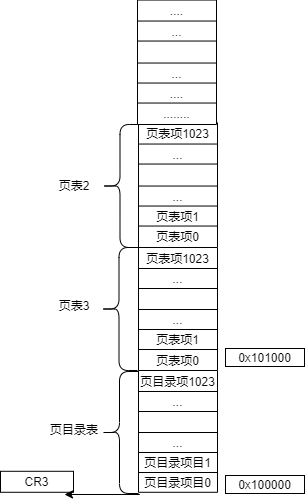
Earlier version of the draw.io export OS/OS分页机制.drawio.png (SixPlusAndTimes/drawio). Source tidied: cells renumbered, new cells last; positions are measured from the earlier drawing's top-left corner, leaving out a move shared by most shapes.
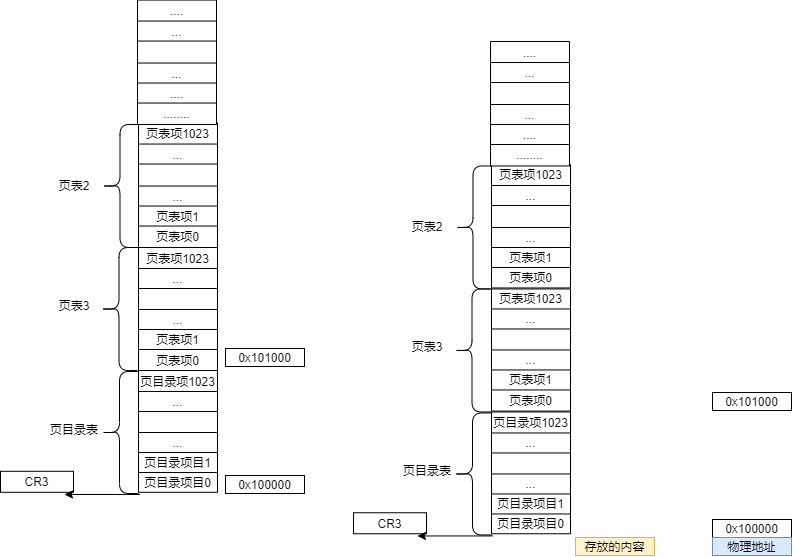
The same file after the commit.

Change to the diagram source:
```diff
@@ -190,5 +190,199 @@
     <mxCell id="63" value="0x101000" style="rounded=0;whiteSpace=wrap;html=1;" parent="1" vertex="1">
       <mxGeometry x="225" y="348" width="79" height="18" as="geometry" />
     </mxCell>
+    <mxCell id="64" style="shape=table;startSize=0;" parent="1" vertex="1">
+      <mxGeometry x="491" y="411.5" width="79" height="121.8" as="geometry" />
+    </mxCell>
+    <mxCell id="65" style="shape=tableRow;horizontal=0;startSize=0;swimlaneHead=0;swimlaneBody=0;top=0;left=0;bottom=0;right=0;fillColor=none;" parent="64" vertex="1">
+      <mxGeometry width="79" height="21" as="geometry" />
+    </mxCell>
+    <mxCell id="66" value="页目录项1023" style="shape=partialRectangle;html=1;whiteSpace=wrap;overflow=hidden;fillColor=none;top=0;left=0;bottom=0;right=0;" parent="65" vertex="1">
+      <mxGeometry width="79" height="21" as="geometry" />
+    </mxCell>
+    <mxCell id="67" style="shape=tableRow;horizontal=0;startSize=0;swimlaneHead=0;swimlaneBody=0;top=0;left=0;bottom=0;right=0;fillColor=none;" parent="64" vertex="1">
+      <mxGeometry y="21" width="79" height="20" as="geometry" />
+    </mxCell>
+    <mxCell id="68" value="..." style="shape=partialRectangle;html=1;whiteSpace=wrap;overflow=hidden;fillColor=none;top=0;left=0;bottom=0;right=0;" parent="67" vertex="1">
+      <mxGeometry width="79" height="20" as="geometry" />
+    </mxCell>
+    <mxCell id="69" style="shape=tableRow;horizontal=0;startSize=0;swimlaneHead=0;swimlaneBody=0;top=0;left=0;bottom=0;right=0;fillColor=none;" parent="64" vertex="1">
+      <mxGeometry y="41" width="79" height="21" as="geometry" />
+    </mxCell>
+    <mxCell id="70" style="shape=partialRectangle;html=1;whiteSpace=wrap;overflow=hidden;fillColor=none;top=0;left=0;bottom=0;right=0;" parent="69" vertex="1">
+      <mxGeometry width="79" height="21" as="geometry" />
+    </mxCell>
+    <mxCell id="71" style="shape=tableRow;horizontal=0;startSize=0;swimlaneHead=0;swimlaneBody=0;top=0;left=0;bottom=0;right=0;fillColor=none;" parent="64" vertex="1">
+      <mxGeometry y="62" width="79" height="20" as="geometry" />
+    </mxCell>
+    <mxCell id="72" value="..." style="shape=partialRectangle;html=1;whiteSpace=wrap;overflow=hidden;fillColor=none;top=0;left=0;bottom=0;right=0;" parent="71" vertex="1">
+      <mxGeometry width="79" height="20" as="geometry" />
+    </mxCell>
+    <mxCell id="73" style="shape=tableRow;horizontal=0;startSize=0;swimlaneHead=0;swimlaneBody=0;top=0;left=0;bottom=0;right=0;fillColor=none;" parent="64" vertex="1">
+      <mxGeometry y="82" width="79" height="20" as="geometry" />
+    </mxCell>
+    <mxCell id="74" value="&lt;span&gt;页目录项目1&lt;/span&gt;" style="shape=partialRectangle;html=1;whiteSpace=wrap;overflow=hidden;fillColor=none;top=0;left=0;bottom=0;right=0;" parent="73" vertex="1">
+      <mxGeometry width="79" height="20" as="geometry" />
+    </mxCell>
+    <mxCell id="75" style="shape=tableRow;horizontal=0;startSize=0;swimlaneHead=0;swimlaneBody=0;top=0;left=0;bottom=0;right=0;fillColor=none;" parent="64" vertex="1">
+      <mxGeometry y="102" width="79" height="20" as="geometry" />
+    </mxCell>
+    <mxCell id="76" value="页目录项目0" style="shape=partialRectangle;html=1;whiteSpace=wrap;overflow=hidden;fillColor=none;top=0;left=0;bottom=0;right=0;" parent="75" vertex="1">
+      <mxGeometry width="79" height="20" as="geometry" />
+    </mxCell>
+    <mxCell id="77" style="shape=table;startSize=0;" parent="1" vertex="1">
+      <mxGeometry x="491" y="288.5" width="79" height="122.1" as="geometry" />
+    </mxCell>
+    <mxCell id="78" style="shape=tableRow;horizontal=0;startSize=0;swimlaneHead=0;swimlaneBody=0;top=0;left=0;bottom=0;right=0;fillColor=none;" parent="77" vertex="1">
+      <mxGeometry width="79" height="20" as="geometry" />
+    </mxCell>
+    <mxCell id="79" value="页表项1023" style="shape=partialRectangle;html=1;whiteSpace=wrap;overflow=hidden;fillColor=none;top=0;left=0;bottom=0;right=0;" parent="78" vertex="1">
+      <mxGeometry width="79" height="20" as="geometry" />
+    </mxCell>
+    <mxCell id="80" style="shape=tableRow;horizontal=0;startSize=0;swimlaneHead=0;swimlaneBody=0;top=0;left=0;bottom=0;right=0;fillColor=none;" parent="77" vertex="1">
+      <mxGeometry y="20" width="79" height="20" as="geometry" />
+    </mxCell>
+    <mxCell id="81" value="..." style="shape=partialRectangle;html=1;whiteSpace=wrap;overflow=hidden;fillColor=none;top=0;left=0;bottom=0;right=0;" parent="80" vertex="1">
+      <mxGeometry width="79" height="20" as="geometry" />
+    </mxCell>
+    <mxCell id="82" style="shape=tableRow;horizontal=0;startSize=0;swimlaneHead=0;swimlaneBody=0;top=0;left=0;bottom=0;right=0;fillColor=none;" parent="77" vertex="1">
+      <mxGeometry y="40" width="79" height="21" as="geometry" />
+    </mxCell>
+    <mxCell id="83" style="shape=partialRectangle;html=1;whiteSpace=wrap;overflow=hidden;fillColor=none;top=0;left=0;bottom=0;right=0;" parent="82" vertex="1">
+      <mxGeometry width="79" height="21" as="geometry" />
+    </mxCell>
+    <mxCell id="84" style="shape=tableRow;horizontal=0;startSize=0;swimlaneHead=0;swimlaneBody=0;top=0;left=0;bottom=0;right=0;fillColor=none;" parent="77" vertex="1">
+      <mxGeometry y="61" width="79" height="20" as="geometry" />
+    </mxCell>
+    <mxCell id="85" value="..." style="shape=partialRectangle;html=1;whiteSpace=wrap;overflow=hidden;fillColor=none;top=0;left=0;bottom=0;right=0;" parent="84" vertex="1">
+      <mxGeometry width="79" height="20" as="geometry" />
+    </mxCell>
+    <mxCell id="86" style="shape=tableRow;horizontal=0;startSize=0;swimlaneHead=0;swimlaneBody=0;top=0;left=0;bottom=0;right=0;fillColor=none;" parent="77" vertex="1">
+      <mxGeometry y="81" width="79" height="20" as="geometry" />
+    </mxCell>
+    <mxCell id="87" value="页表项1" style="shape=partialRectangle;html=1;whiteSpace=wrap;overflow=hidden;fillColor=none;top=0;left=0;bottom=0;right=0;" parent="86" vertex="1">
+      <mxGeometry width="79" height="20" as="geometry" />
+    </mxCell>
+    <mxCell id="88" style="shape=tableRow;horizontal=0;startSize=0;swimlaneHead=0;swimlaneBody=0;top=0;left=0;bottom=0;right=0;fillColor=none;" parent="77" vertex="1">
+      <mxGeometry y="101" width="79" height="21" as="geometry" />
+    </mxCell>
+    <mxCell id="89" value="页表项0" style="shape=partialRectangle;html=1;whiteSpace=wrap;overflow=hidden;fillColor=none;top=0;left=0;bottom=0;right=0;" parent="88" vertex="1">
+      <mxGeometry width="79" height="21" as="geometry" />
+    </mxCell>
+    <mxCell id="90" style="shape=curlyBracket;whiteSpace=wrap;html=1;rounded=1;" parent="1" vertex="1">
+      <mxGeometry x="453" y="412.5" width="38" height="122" as="geometry" />
+    </mxCell>
+    <mxCell id="91" value="页表3" style="text;html=1;strokeColor=none;fillColor=none;align=center;verticalAlign=middle;whiteSpace=wrap;rounded=0;" parent="1" vertex="1">
+      <mxGeometry x="397" y="331.5" width="60" height="30" as="geometry" />
+    </mxCell>
+    <mxCell id="92" value="页目录表" style="text;html=1;strokeColor=none;fillColor=none;align=center;verticalAlign=middle;whiteSpace=wrap;rounded=0;" parent="1" vertex="1">
+      <mxGeometry x="397" y="455.5" width="60" height="30" as="geometry" />
+    </mxCell>
+    <mxCell id="93" style="shape=curlyBracket;whiteSpace=wrap;html=1;rounded=1;" parent="1" vertex="1">
+      <mxGeometry x="453" y="288.5" width="37" height="123" as="geometry" />
+    </mxCell>
+    <mxCell id="94" style="shape=table;startSize=0;" parent="1" vertex="1">
+      <mxGeometry x="491" y="164" width="79" height="123.5" as="geometry" />
+    </mxCell>
+    <mxCell id="95" style="shape=tableRow;horizontal=0;startSize=0;swimlaneHead=0;swimlaneBody=0;top=0;left=0;bottom=0;right=0;fillColor=none;" parent="94" vertex="1">
+      <mxGeometry width="79" height="21" as="geometry" />
+    </mxCell>
+    <mxCell id="96" value="页表项1023" style="shape=partialRectangle;html=1;whiteSpace=wrap;overflow=hidden;fillColor=none;top=0;left=0;bottom=0;right=0;" parent="95" vertex="1">
+      <mxGeometry width="79" height="21" as="geometry" />
+    </mxCell>
+    <mxCell id="97" style="shape=tableRow;horizontal=0;startSize=0;swimlaneHead=0;swimlaneBody=0;top=0;left=0;bottom=0;right=0;fillColor=none;" parent="94" vertex="1">
+      <mxGeometry y="21" width="79" height="20" as="geometry" />
+    </mxCell>
+    <mxCell id="98" value="..." style="shape=partialRectangle;html=1;whiteSpace=wrap;overflow=hidden;fillColor=none;top=0;left=0;bottom=0;right=0;" parent="97" vertex="1">
+      <mxGeometry width="79" height="20" as="geometry" />
+    </mxCell>
+    <mxCell id="99" style="shape=tableRow;horizontal=0;startSize=0;swimlaneHead=0;swimlaneBody=0;top=0;left=0;bottom=0;right=0;fillColor=none;" parent="94" vertex="1">
+      <mxGeometry y="41" width="79" height="22" as="geometry" />
+    </mxCell>
+    <mxCell id="100" style="shape=partialRectangle;html=1;whiteSpace=wrap;overflow=hidden;fillColor=none;top=0;left=0;bottom=0;right=0;" parent="99" vertex="1">
+      <mxGeometry width="79" height="22" as="geometry" />
+    </mxCell>
+    <mxCell id="101" style="shape=tableRow;horizontal=0;startSize=0;swimlaneHead=0;swimlaneBody=0;top=0;left=0;bottom=0;right=0;fillColor=none;" parent="94" vertex="1">
+      <mxGeometry y="63" width="79" height="20" as="geometry" />
+    </mxCell>
+    <mxCell id="102" value="..." style="shape=partialRectangle;html=1;whiteSpace=wrap;overflow=hidden;fillColor=none;top=0;left=0;bottom=0;right=0;" parent="101" vertex="1">
+      <mxGeometry width="79" height="20" as="geometry" />
+    </mxCell>
+    <mxCell id="103" style="shape=tableRow;horizontal=0;startSize=0;swimlaneHead=0;swimlaneBody=0;top=0;left=0;bottom=0;right=0;fillColor=none;" parent="94" vertex="1">
+      <mxGeometry y="83" width="79" height="20" as="geometry" />
+    </mxCell>
+    <mxCell id="104" value="页表项1" style="shape=partialRectangle;html=1;whiteSpace=wrap;overflow=hidden;fillColor=none;top=0;left=0;bottom=0;right=0;" parent="103" vertex="1">
+      <mxGeometry width="79" height="20" as="geometry" />
+    </mxCell>
+    <mxCell id="105" style="shape=tableRow;horizontal=0;startSize=0;swimlaneHead=0;swimlaneBody=0;top=0;left=0;bottom=0;right=0;fillColor=none;" parent="94" vertex="1">
+      <mxGeometry y="103" width="79" height="20" as="geometry" />
+    </mxCell>
+    <mxCell id="106" value="页表项0" style="shape=partialRectangle;html=1;whiteSpace=wrap;overflow=hidden;fillColor=none;top=0;left=0;bottom=0;right=0;" parent="105" vertex="1">
+      <mxGeometry width="79" height="20" as="geometry" />
+    </mxCell>
+    <mxCell id="107" value="页表2" style="text;html=1;strokeColor=none;fillColor=none;align=center;verticalAlign=middle;whiteSpace=wrap;rounded=0;" parent="1" vertex="1">
+      <mxGeometry x="397" y="211.2" width="60" height="30" as="geometry" />
+    </mxCell>
+    <mxCell id="108" style="shape=curlyBracket;whiteSpace=wrap;html=1;rounded=1;" parent="1" vertex="1">
+      <mxGeometry x="454" y="165.5" width="37" height="123" as="geometry" />
+    </mxCell>
+    <mxCell id="109" style="shape=table;startSize=0;" parent="1" vertex="1">
+      <mxGeometry x="490" y="41" width="79" height="124.5" as="geometry" />
+    </mxCell>
+    <mxCell id="110" style="shape=tableRow;horizontal=0;startSize=0;swimlaneHead=0;swimlaneBody=0;top=0;left=0;bottom=0;right=0;fillColor=none;" parent="109" vertex="1">
+      <mxGeometry width="79" height="21" as="geometry" />
+    </mxCell>
+    <mxCell id="111" value="...." style="shape=partialRectangle;html=1;whiteSpace=wrap;overflow=hidden;fillColor=none;top=0;left=0;bottom=0;right=0;" parent="110" vertex="1">
+      <mxGeometry width="79" height="21" as="geometry" />
+    </mxCell>
+    <mxCell id="112" style="shape=tableRow;horizontal=0;startSize=0;swimlaneHead=0;swimlaneBody=0;top=0;left=0;bottom=0;right=0;fillColor=none;" parent="109" vertex="1">
+      <mxGeometry y="21" width="79" height="20" as="geometry" />
+    </mxCell>
+    <mxCell id="113" value="..." style="shape=partialRectangle;html=1;whiteSpace=wrap;overflow=hidden;fillColor=none;top=0;left=0;bottom=0;right=0;" parent="112" vertex="1">
+      <mxGeometry width="79" height="20" as="geometry" />
+    </mxCell>
+    <mxCell id="114" style="shape=tableRow;horizontal=0;startSize=0;swimlaneHead=0;swimlaneBody=0;top=0;left=0;bottom=0;right=0;fillColor=none;" parent="109" vertex="1">
+      <mxGeometry y="41" width="79" height="22" as="geometry" />
+    </mxCell>
+    <mxCell id="115" style="shape=partialRectangle;html=1;whiteSpace=wrap;overflow=hidden;fillColor=none;top=0;left=0;bottom=0;right=0;" parent="114" vertex="1">
+      <mxGeometry width="79" height="22" as="geometry" />
+    </mxCell>
+    <mxCell id="116" style="shape=tableRow;horizontal=0;startSize=0;swimlaneHead=0;swimlaneBody=0;top=0;left=0;bottom=0;right=0;fillColor=none;" parent="109" vertex="1">
+      <mxGeometry y="63" width="79" height="20" as="geometry" />
+    </mxCell>
+    <mxCell id="117" value="..." style="shape=partialRectangle;html=1;whiteSpace=wrap;overflow=hidden;fillColor=none;top=0;left=0;bottom=0;right=0;" parent="116" vertex="1">
+      <mxGeometry width="79" height="20" as="geometry" />
+    </mxCell>
+    <mxCell id="118" style="shape=tableRow;horizontal=0;startSize=0;swimlaneHead=0;swimlaneBody=0;top=0;left=0;bottom=0;right=0;fillColor=none;" parent="109" vertex="1">
+      <mxGeometry y="83" width="79" height="20" as="geometry" />
+    </mxCell>
+    <mxCell id="119" value="...." style="shape=partialRectangle;html=1;whiteSpace=wrap;overflow=hidden;fillColor=none;top=0;left=0;bottom=0;right=0;" parent="118" vertex="1">
+      <mxGeometry width="79" height="20" as="geometry" />
+    </mxCell>
+    <mxCell id="120" style="shape=tableRow;horizontal=0;startSize=0;swimlaneHead=0;swimlaneBody=0;top=0;left=0;bottom=0;right=0;fillColor=none;" parent="109" vertex="1">
+      <mxGeometry y="103" width="79" height="21" as="geometry" />
+    </mxCell>
+    <mxCell id="121" value="........" style="shape=partialRectangle;html=1;whiteSpace=wrap;overflow=hidden;fillColor=none;top=0;left=0;bottom=0;right=0;" parent="120" vertex="1">
+      <mxGeometry width="79" height="21" as="geometry" />
+    </mxCell>
+    <mxCell id="122" value="CR3" style="rounded=0;whiteSpace=wrap;html=1;" parent="1" vertex="1">
+      <mxGeometry x="353" y="512.2" width="73" height="21" as="geometry" />
+    </mxCell>
+    <mxCell id="123" style="endArrow=classic;html=1;rounded=0;exitX=1.035;exitY=1.008;exitDx=0;exitDy=0;exitPerimeter=0;" parent="1" edge="1" source="90">
+      <mxGeometry relative="1" as="geometry">
+        <mxPoint x="417" y="535.5" as="targetPoint" />
+      </mxGeometry>
+    </mxCell>
+    <mxCell id="124" value="0x100000" style="rounded=0;whiteSpace=wrap;html=1;" parent="1" vertex="1">
+      <mxGeometry x="712" y="519" width="79" height="18" as="geometry" />
+    </mxCell>
+    <mxCell id="125" value="0x101000" style="rounded=0;whiteSpace=wrap;html=1;" parent="1" vertex="1">
+      <mxGeometry x="712" y="392" width="79" height="18" as="geometry" />
+    </mxCell>
+    <mxCell id="126" value="物理地址" style="rounded=0;whiteSpace=wrap;html=1;fillColor=#dae8fc;strokeColor=#6c8ebf;" parent="1" vertex="1">
+      <mxGeometry x="712" y="537" width="79" height="18" as="geometry" />
+    </mxCell>
+    <mxCell id="127" value="存放的内容" style="rounded=0;whiteSpace=wrap;html=1;fillColor=#fff2cc;strokeColor=#d6b656;" parent="1" vertex="1">
+      <mxGeometry x="575" y="537" width="79" height="18" as="geometry" />
+    </mxCell>
   </root>
 </mxGraphModel>
```
